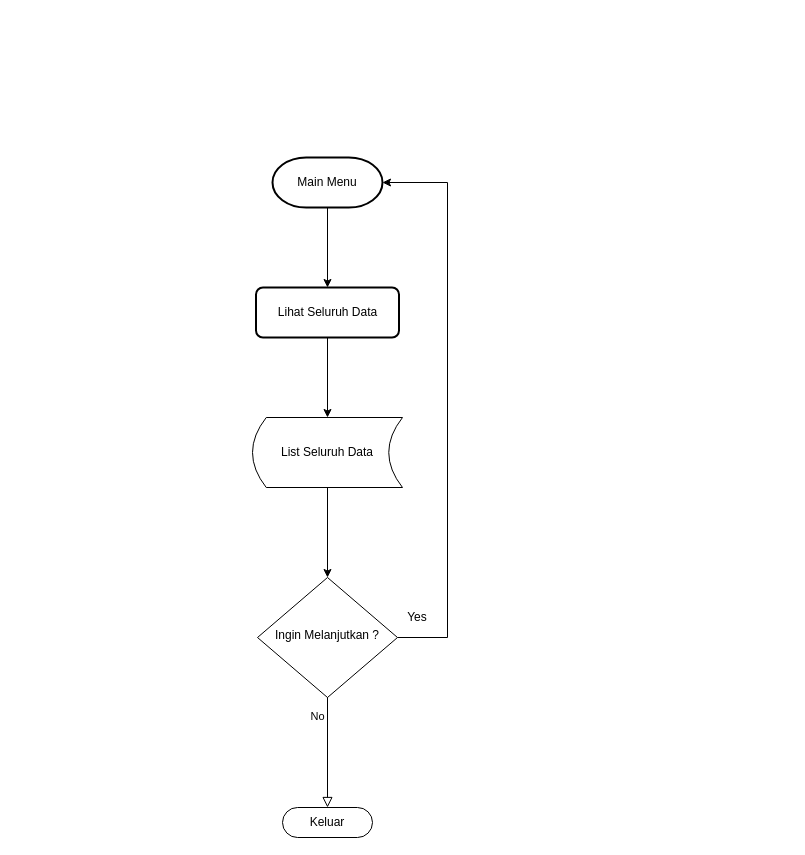
Earlier version of the draw.io diagram lihatData.drawio (tobiadnan/CRUD-FRS-with-Java-Native). Source tidied: cells renumbered, new cells numbered last; positions are measured from the earlier drawing's top-left corner, leaving out a move shared by most shapes. Both pictures are drawn from the tidied source at 100%, with x=0, y=0 at pixel (252, 157).
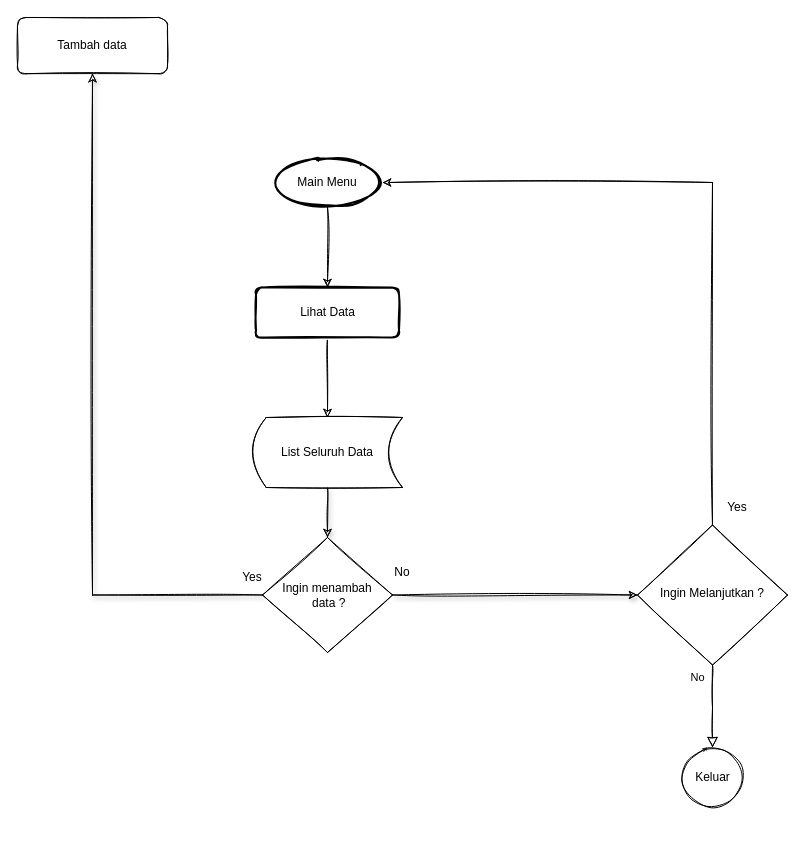
The same diagram, later.

Diff of the diagram source:
```diff
@@
-    <mxCell id="2" value="No" style="rounded=0;html=1;jettySize=auto;fontSize=11;endArrow=block;endFill=0;endSize=8;strokeWidth=1;shadow=0;labelBackgroundColor=none;edgeStyle=orthogonalEdgeStyle;exitX=0.5;exitY=1;exitDx=0;exitDy=0;" parent="1" edge="1" source="4" target="5">
-      <mxGeometry x="0.37" y="-10" relative="1" as="geometry">
+    <mxCell id="2" value="No" style="rounded=0;html=1;jettySize=auto;fontSize=11;endArrow=block;endFill=0;endSize=8;strokeWidth=1;shadow=0;labelBackgroundColor=none;edgeStyle=orthogonalEdgeStyle;exitX=0;exitY=0.5;exitDx=0;exitDy=0;sketch=1;" parent="1" edge="1" source="4" target="5">
+      <mxGeometry x="0.03" y="-34" relative="1" as="geometry">
         <Array as="points">
-          <mxPoint x="75" y="451" />
-          <mxPoint x="75" y="451" />
+          <mxPoint x="460" y="550" />
+          <mxPoint x="460" y="550" />
         </Array>
+        <mxPoint x="19" y="-30" as="offset" />
       </mxGeometry>
     </mxCell>
-    <mxCell id="3" style="edgeStyle=orthogonalEdgeStyle;rounded=0;jettySize=auto;html=1;exitX=1;exitY=0.5;exitDx=0;exitDy=0;entryX=1;entryY=0.5;entryDx=0;entryDy=0;entryPerimeter=0;" parent="1" edge="1" source="4" target="11">
+    <mxCell id="3" style="edgeStyle=orthogonalEdgeStyle;rounded=0;jettySize=auto;html=1;exitX=1;exitY=0.5;exitDx=0;exitDy=0;entryX=1;entryY=0.5;entryDx=0;entryDy=0;entryPerimeter=0;sketch=1;" parent="1" edge="1" source="4" target="11">
       <mxGeometry relative="1" as="geometry">
         <Array as="points">
-          <mxPoint x="195" y="480" />
-          <mxPoint x="195" y="25" />
+          <mxPoint x="460" y="25" />
         </Array>
       </mxGeometry>
     </mxCell>
-    <mxCell id="4" value="Ingin Melanjutkan ?" style="rhombus;whiteSpace=wrap;html=1;shadow=0;fontFamily=Helvetica;fontSize=12;align=center;strokeWidth=1;spacing=6;spacingTop=-4;direction=east;" parent="1" vertex="1">
-      <mxGeometry x="5" y="420" width="140" height="120" as="geometry" />
+    <mxCell id="4" value="Ingin Melanjutkan ?" style="rhombus;whiteSpace=wrap;html=1;shadow=0;fontFamily=Helvetica;fontSize=12;align=center;strokeWidth=1;spacing=6;spacingTop=-4;direction=north;sketch=1;" parent="1" vertex="1">
+      <mxGeometry x="385" y="367.5" width="150" height="140" as="geometry" />
     </mxCell>
-    <mxCell id="5" value="Keluar" style="rounded=1;whiteSpace=wrap;html=1;fontSize=12;glass=0;strokeWidth=1;shadow=0;arcSize=50;" parent="1" vertex="1">
-      <mxGeometry x="30" y="650" width="90" height="30" as="geometry" />
+    <mxCell id="5" value="Keluar" style="strokeWidth=1;html=1;shape=mxgraph.flowchart.start_2;whiteSpace=wrap;shadow=0;fontFamily=Helvetica;fontSize=12;fontColor=#000000;align=center;strokeColor=#000000;fillColor=#ffffff;sketch=1;" parent="1" vertex="1">
+      <mxGeometry x="427.5" y="590" width="65" height="60" as="geometry" />
     </mxCell>
-    <mxCell id="6" style="edgeStyle=orthogonalEdgeStyle;rounded=0;jettySize=auto;html=1;" parent="1" edge="1" source="7" target="4">
-      <mxGeometry relative="1" as="geometry" />
-    </mxCell>
+    <mxCell id="13" style="edgeStyle=orthogonalEdgeStyle;rounded=0;sketch=1;jettySize=auto;html=1;shadow=1;" parent="1" edge="1" source="7" target="16">
+      <mxGeometry relative="1" as="geometry" />
+    </mxCell>
-    <mxCell id="7" value="List Seluruh Data" style="shape=dataStorage;whiteSpace=wrap;html=1;fixedSize=1;size=13.75;" parent="1" vertex="1">
+    <mxCell id="7" value="List Seluruh Data" style="shape=dataStorage;whiteSpace=wrap;html=1;fixedSize=1;size=13.75;sketch=1;" parent="1" vertex="1">
       <mxGeometry y="260" width="150" height="70" as="geometry" />
     </mxCell>
-    <mxCell id="8" style="edgeStyle=orthogonalEdgeStyle;rounded=0;jettySize=auto;html=1;" parent="1" edge="1" source="9" target="7">
+    <mxCell id="8" style="edgeStyle=orthogonalEdgeStyle;rounded=0;jettySize=auto;html=1;sketch=1;" parent="1" edge="1" source="9" target="7">
       <mxGeometry relative="1" as="geometry" />
     </mxCell>
-    <mxCell id="9" value="Lihat Seluruh Data" style="rounded=1;whiteSpace=wrap;html=1;absoluteArcSize=1;arcSize=14;strokeWidth=2;" parent="1" vertex="1">
+    <mxCell id="9" value="Lihat Data" style="rounded=1;whiteSpace=wrap;html=1;absoluteArcSize=1;arcSize=14;strokeWidth=2;sketch=1;" parent="1" vertex="1">
       <mxGeometry x="3.5" y="130" width="143" height="50" as="geometry" />
     </mxCell>
-    <mxCell id="10" style="edgeStyle=orthogonalEdgeStyle;rounded=0;jettySize=auto;html=1;entryX=0.5;entryY=0;entryDx=0;entryDy=0;" parent="1" edge="1" source="11" target="9">
+    <mxCell id="10" style="edgeStyle=orthogonalEdgeStyle;rounded=0;jettySize=auto;html=1;entryX=0.5;entryY=0;entryDx=0;entryDy=0;sketch=1;" parent="1" edge="1" source="11" target="9">
       <mxGeometry relative="1" as="geometry" />
     </mxCell>
-    <mxCell id="11" value="Main Menu" style="strokeWidth=2;html=1;shape=mxgraph.flowchart.terminator;whiteSpace=wrap;" parent="1" vertex="1">
+    <mxCell id="11" value="Main Menu" style="strokeWidth=2;html=1;shape=mxgraph.flowchart.start_1;whiteSpace=wrap;fontFamily=Helvetica;fontSize=12;fontColor=#000000;align=center;strokeColor=#000000;fillColor=#ffffff;sketch=1;" parent="1" vertex="1">
       <mxGeometry x="20" width="110" height="50" as="geometry" />
     </mxCell>
-    <mxCell id="12" value="Yes" style="text;html=1;strokeColor=none;fillColor=none;align=center;verticalAlign=middle;whiteSpace=wrap;rounded=0;" parent="1" vertex="1">
-      <mxGeometry x="145" y="450" width="40" height="20" as="geometry" />
+    <mxCell id="12" value="Yes" style="text;html=1;strokeColor=none;fillColor=none;align=center;verticalAlign=middle;whiteSpace=wrap;rounded=0;sketch=1;" parent="1" vertex="1">
+      <mxGeometry x="465" y="340" width="40" height="20" as="geometry" />
     </mxCell>
+    <mxCell id="14" style="edgeStyle=orthogonalEdgeStyle;rounded=0;sketch=1;jettySize=auto;html=1;shadow=1;" parent="1" edge="1" source="16" target="17">
+      <mxGeometry relative="1" as="geometry" />
+    </mxCell>
+    <mxCell id="15" style="edgeStyle=orthogonalEdgeStyle;rounded=0;sketch=1;jettySize=auto;html=1;exitX=1;exitY=0.5;exitDx=0;exitDy=0;entryX=0.5;entryY=0;entryDx=0;entryDy=0;shadow=1;" parent="1" edge="1" source="16" target="4">
+      <mxGeometry relative="1" as="geometry" />
+    </mxCell>
+    <mxCell id="16" value="Ingin menambah&lt;br&gt;&amp;nbsp;data ?" style="rhombus;whiteSpace=wrap;html=1;sketch=1;" parent="1" vertex="1">
+      <mxGeometry x="10" y="380" width="130" height="115" as="geometry" />
+    </mxCell>
+    <mxCell id="17" value="Tambah data" style="whiteSpace=wrap;html=1;sketch=1;rounded=1;" parent="1" vertex="1">
+      <mxGeometry x="-235" y="-140" width="150" height="56.2" as="geometry" />
+    </mxCell>
+    <mxCell id="18" value="Yes" style="text;html=1;strokeColor=none;fillColor=none;align=center;verticalAlign=middle;whiteSpace=wrap;rounded=0;sketch=1;" parent="1" vertex="1">
+      <mxGeometry x="-20" y="410" width="40" height="20" as="geometry" />
+    </mxCell>
+    <mxCell id="19" value="No" style="text;html=1;strokeColor=none;fillColor=none;align=center;verticalAlign=middle;whiteSpace=wrap;rounded=0;sketch=1;" parent="1" vertex="1">
+      <mxGeometry x="130" y="400" width="40" height="30" as="geometry" />
+    </mxCell>
```
